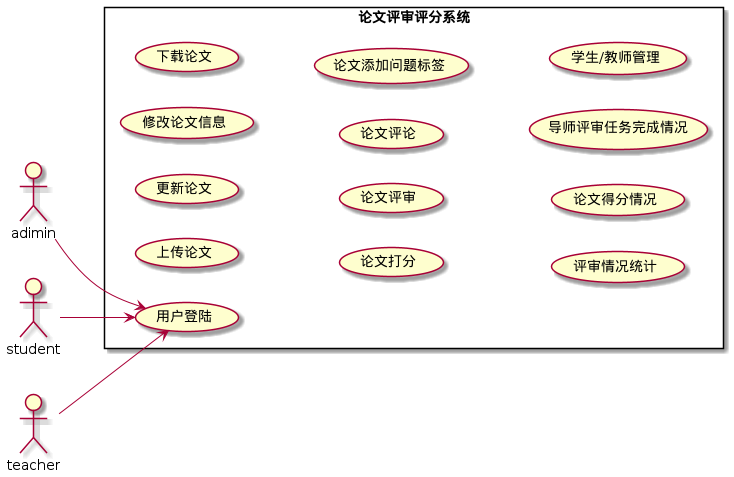
swithun-liu/scoring_system keeps this PlantUML diagram as documents/latexPaper_/out/uml/用例图/系统总体功能用例图/系统总体功能用例图.png. Above is the earlier version. The source it was exported from:
```plantuml
@startuml
left to right direction

actor adimin as aa
actor student as sa
actor teacher as ta
rectangle 论文评审评分系统 {
    usecase login as "用户登陆"
    usecase upload as "上传论文"
    usecase renewPaper as "更新论文"
    usecase mngPaper as "修改论文信息"
    usecase download as "下载论文"
    usecase score as "论文打分"
    usecase review as "论文评审"
    usecase cmt as "论文评论"
    usecase cmtTip as "论文添加问题标签"
    usecase statistic as "评审情况统计"
    usecase sttcPaper as "论文得分情况"
    usecase sttcTeacher as "导师评审任务完成情况"
    usecase mngUer as "学生/教师管理"
}
aa --> login
sa --> login
ta --> login

@enduml
```
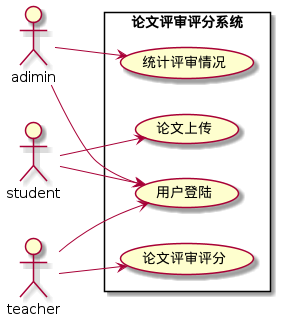
After the change.

Diff of the diagram source:
```diff
@@ -6,21 +6,15 @@
 actor teacher as ta
 rectangle 论文评审评分系统 {
     usecase login as "用户登陆"
-    usecase upload as "上传论文"
-    usecase renewPaper as "更新论文"
-    usecase mngPaper as "修改论文信息"
-    usecase download as "下载论文"
-    usecase score as "论文打分"
-    usecase review as "论文评审"
-    usecase cmt as "论文评论"
-    usecase cmtTip as "论文添加问题标签"
-    usecase statistic as "评审情况统计"
-    usecase sttcPaper as "论文得分情况"
-    usecase sttcTeacher as "导师评审任务完成情况"
-    usecase mngUer as "学生/教师管理"
+    usecase upload as "论文上传"
+    usecase reviweComment as "论文评审评分"
+    usecase statistic as "统计评审情况"
 }
 aa --> login
 sa --> login
 ta --> login
+sa --> upload
+ta --> reviweComment
+aa --> statistic
 
 @enduml
```
